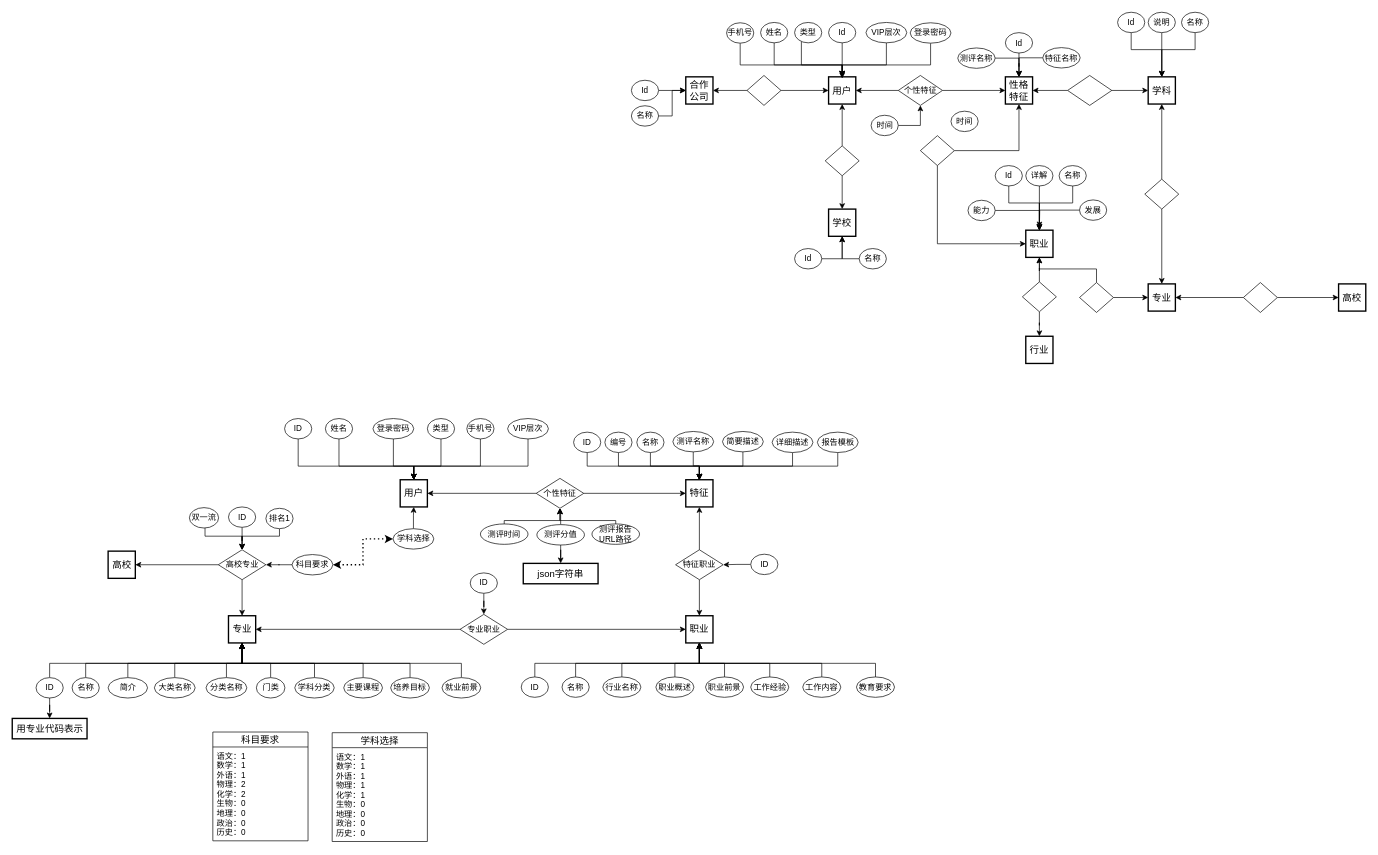
Above: ER.drawio in lry198010/ACES (draw.io), before the change. Source tidied: cells renumbered, new cells numbered last; positions are measured from the earlier drawing's top-left corner, leaving out a move shared by most shapes. Both pictures are drawn from the tidied source at 68%, with x=0, y=0 at pixel (12, 12).
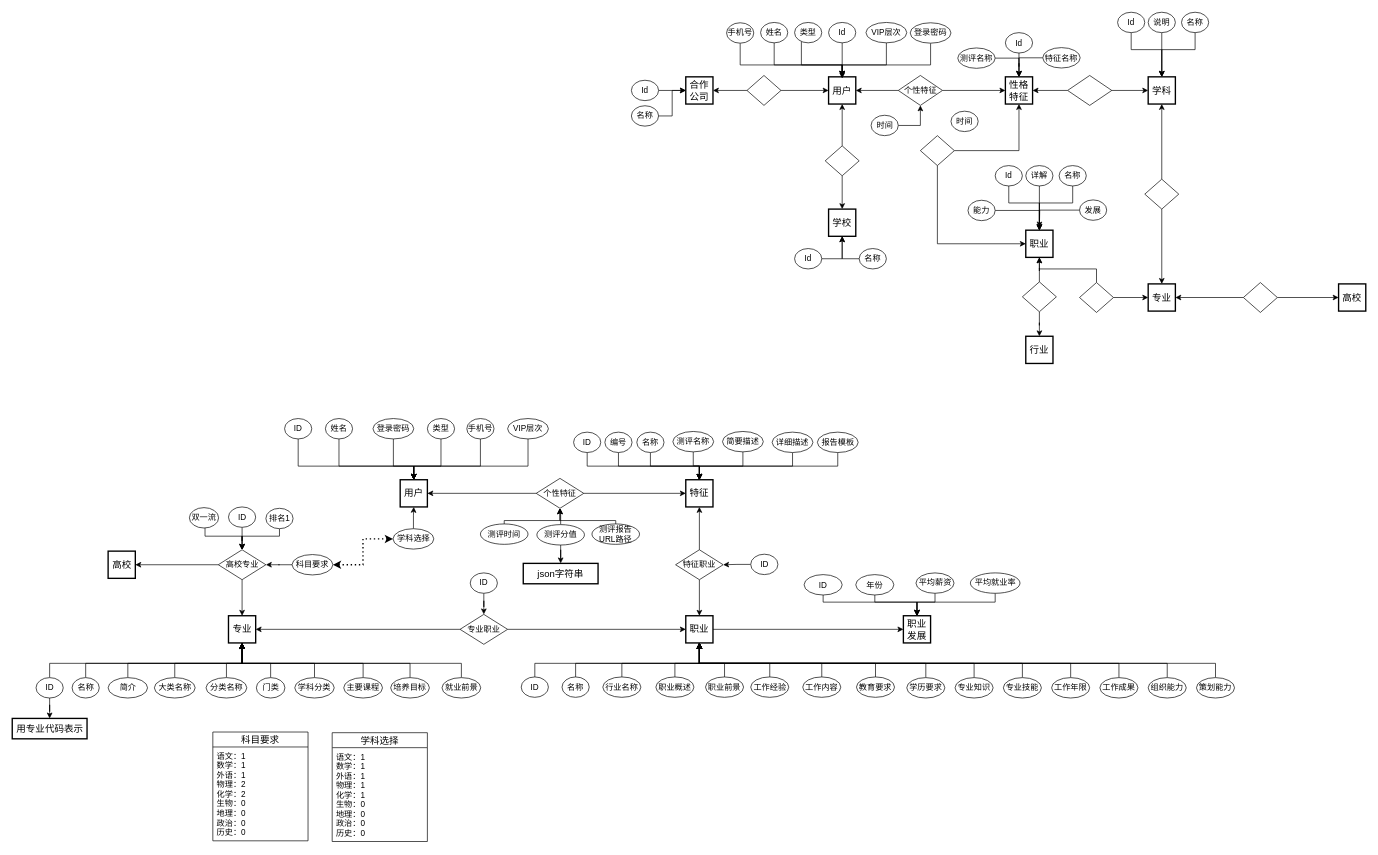
The same page after the edit.

Commit message:
给职业添加新属性，添加职业发展表.ER.drawio

The change refers to these unchanged cells:
```xml
<mxCell id="124" value="职业" style="strokeWidth=2;whiteSpace=wrap;html=1;align=center;fontSize=14;" parent="1" vertex="1">
  <mxGeometry x="990" y="888" width="40" height="40" as="geometry" />
</mxCell>
```

Diff of the diagram source:
```diff
@@
+    <mxCell id="192" style="edgeStyle=orthogonalEdgeStyle;rounded=0;jettySize=auto;html=1;" parent="1" edge="1" source="196" target="124">
+      <mxGeometry relative="1" as="geometry">
+        <Array as="points">
+          <mxPoint x="1343" y="958" />
+          <mxPoint x="1010" y="958" />
+        </Array>
+      </mxGeometry>
+    </mxCell>
+    <mxCell id="193" style="edgeStyle=orthogonalEdgeStyle;rounded=0;jettySize=auto;html=1;" parent="1" edge="1" source="198" target="124">
+      <mxGeometry relative="1" as="geometry">
+        <Array as="points">
+          <mxPoint x="1414" y="958" />
+          <mxPoint x="1010" y="958" />
+        </Array>
+      </mxGeometry>
+    </mxCell>
+    <mxCell id="194" style="edgeStyle=orthogonalEdgeStyle;rounded=0;jettySize=auto;html=1;exitX=0.5;exitY=0;exitDx=0;exitDy=0;" parent="1" edge="1" source="197" target="124">
+      <mxGeometry relative="1" as="geometry">
+        <Array as="points">
+          <mxPoint x="1485" y="958" />
+          <mxPoint x="1010" y="958" />
+        </Array>
+      </mxGeometry>
+    </mxCell>
+    <mxCell id="195" style="edgeStyle=orthogonalEdgeStyle;rounded=0;jettySize=auto;html=1;entryX=0;entryY=0.5;entryDx=0;entryDy=0;" parent="1" edge="1" source="124" target="207">
+      <mxGeometry relative="1" as="geometry" />
+    </mxCell>
@@
+    <mxCell id="196" value="学历要求" style="ellipse;whiteSpace=wrap;html=1;" parent="1" vertex="1">
+      <mxGeometry x="1315" y="979" width="56" height="30" as="geometry" />
+    </mxCell>
+    <mxCell id="197" value="专业技能" style="ellipse;whiteSpace=wrap;html=1;" parent="1" vertex="1">
+      <mxGeometry x="1457" y="979" width="56" height="30" as="geometry" />
+    </mxCell>
+    <mxCell id="198" value="专业知识" style="ellipse;whiteSpace=wrap;html=1;" parent="1" vertex="1">
+      <mxGeometry x="1386" y="979" width="56" height="30" as="geometry" />
+    </mxCell>
+    <mxCell id="199" style="edgeStyle=orthogonalEdgeStyle;rounded=0;jettySize=auto;html=1;entryX=0.5;entryY=1;entryDx=0;entryDy=0;" parent="1" edge="1" source="200" target="124">
+      <mxGeometry relative="1" as="geometry">
+        <Array as="points">
+          <mxPoint x="1627" y="958" />
+          <mxPoint x="1010" y="958" />
+        </Array>
+      </mxGeometry>
+    </mxCell>
+    <mxCell id="200" value="工作成果" style="ellipse;whiteSpace=wrap;html=1;" parent="1" vertex="1">
+      <mxGeometry x="1599" y="979" width="56" height="30" as="geometry" />
+    </mxCell>
+    <mxCell id="201" style="edgeStyle=orthogonalEdgeStyle;rounded=0;jettySize=auto;html=1;entryX=0.5;entryY=1;entryDx=0;entryDy=0;" parent="1" edge="1" source="202" target="124">
+      <mxGeometry relative="1" as="geometry">
+        <Array as="points">
+          <mxPoint x="1556" y="958" />
+          <mxPoint x="1010" y="958" />
+        </Array>
+      </mxGeometry>
+    </mxCell>
+    <mxCell id="202" value="工作年限" style="ellipse;whiteSpace=wrap;html=1;" parent="1" vertex="1">
+      <mxGeometry x="1528" y="979" width="56" height="30" as="geometry" />
+    </mxCell>
+    <mxCell id="203" style="edgeStyle=orthogonalEdgeStyle;rounded=0;jettySize=auto;html=1;entryX=0.5;entryY=1;entryDx=0;entryDy=0;" parent="1" edge="1" source="204" target="124">
+      <mxGeometry relative="1" as="geometry">
+        <Array as="points">
+          <mxPoint x="1698" y="958" />
+          <mxPoint x="1010" y="958" />
+        </Array>
+      </mxGeometry>
+    </mxCell>
+    <mxCell id="204" value="组织能力" style="ellipse;whiteSpace=wrap;html=1;" parent="1" vertex="1">
+      <mxGeometry x="1670" y="979" width="56" height="30" as="geometry" />
+    </mxCell>
+    <mxCell id="205" style="edgeStyle=orthogonalEdgeStyle;rounded=0;jettySize=auto;html=1;entryX=0.5;entryY=1;entryDx=0;entryDy=0;" parent="1" edge="1" source="206" target="124">
+      <mxGeometry relative="1" as="geometry">
+        <Array as="points">
+          <mxPoint x="1769" y="958" />
+          <mxPoint x="1010" y="958" />
+        </Array>
+      </mxGeometry>
+    </mxCell>
+    <mxCell id="206" value="策划能力" style="ellipse;whiteSpace=wrap;html=1;" parent="1" vertex="1">
+      <mxGeometry x="1741" y="979" width="56" height="30" as="geometry" />
+    </mxCell>
+    <mxCell id="207" value="职业发展" style="strokeWidth=2;whiteSpace=wrap;html=1;align=center;fontSize=14;" parent="1" vertex="1">
+      <mxGeometry x="1310" y="888" width="40" height="40" as="geometry" />
+    </mxCell>
+    <mxCell id="208" style="edgeStyle=orthogonalEdgeStyle;rounded=0;jettySize=auto;html=1;" parent="1" edge="1" source="209" target="207">
+      <mxGeometry relative="1" as="geometry">
+        <Array as="points">
+          <mxPoint x="1192" y="868" />
+          <mxPoint x="1330" y="868" />
+        </Array>
+      </mxGeometry>
+    </mxCell>
+    <mxCell id="209" value="ID" style="ellipse;whiteSpace=wrap;html=1;" parent="1" vertex="1">
+      <mxGeometry x="1164" y="827.5" width="56" height="30" as="geometry" />
+    </mxCell>
+    <mxCell id="210" style="edgeStyle=orthogonalEdgeStyle;rounded=0;jettySize=auto;html=1;entryX=0.5;entryY=0;entryDx=0;entryDy=0;" parent="1" edge="1" source="211" target="207">
+      <mxGeometry relative="1" as="geometry">
+        <Array as="points">
+          <mxPoint x="1268" y="868" />
+          <mxPoint x="1330" y="868" />
+        </Array>
+      </mxGeometry>
+    </mxCell>
+    <mxCell id="211" value="年份" style="ellipse;whiteSpace=wrap;html=1;" parent="1" vertex="1">
+      <mxGeometry x="1240" y="827.5" width="56" height="30" as="geometry" />
+    </mxCell>
+    <mxCell id="212" style="edgeStyle=orthogonalEdgeStyle;rounded=0;jettySize=auto;html=1;entryX=0.5;entryY=0;entryDx=0;entryDy=0;" parent="1" edge="1" source="213" target="207">
+      <mxGeometry relative="1" as="geometry">
+        <Array as="points">
+          <mxPoint x="1357" y="868" />
+          <mxPoint x="1330" y="868" />
+        </Array>
+      </mxGeometry>
+    </mxCell>
+    <mxCell id="213" value="平均薪资" style="ellipse;whiteSpace=wrap;html=1;" parent="1" vertex="1">
+      <mxGeometry x="1328.5" y="825" width="56" height="30" as="geometry" />
+    </mxCell>
+    <mxCell id="214" style="edgeStyle=orthogonalEdgeStyle;rounded=0;jettySize=auto;html=1;entryX=0.5;entryY=0;entryDx=0;entryDy=0;" parent="1" edge="1" source="215" target="207">
+      <mxGeometry relative="1" as="geometry">
+        <Array as="points">
+          <mxPoint x="1445" y="868" />
+          <mxPoint x="1330" y="868" />
+        </Array>
+      </mxGeometry>
+    </mxCell>
+    <mxCell id="215" value="平均就业率" style="ellipse;whiteSpace=wrap;html=1;" parent="1" vertex="1">
+      <mxGeometry x="1408.5" y="825" width="73" height="30" as="geometry" />
+    </mxCell>
```
